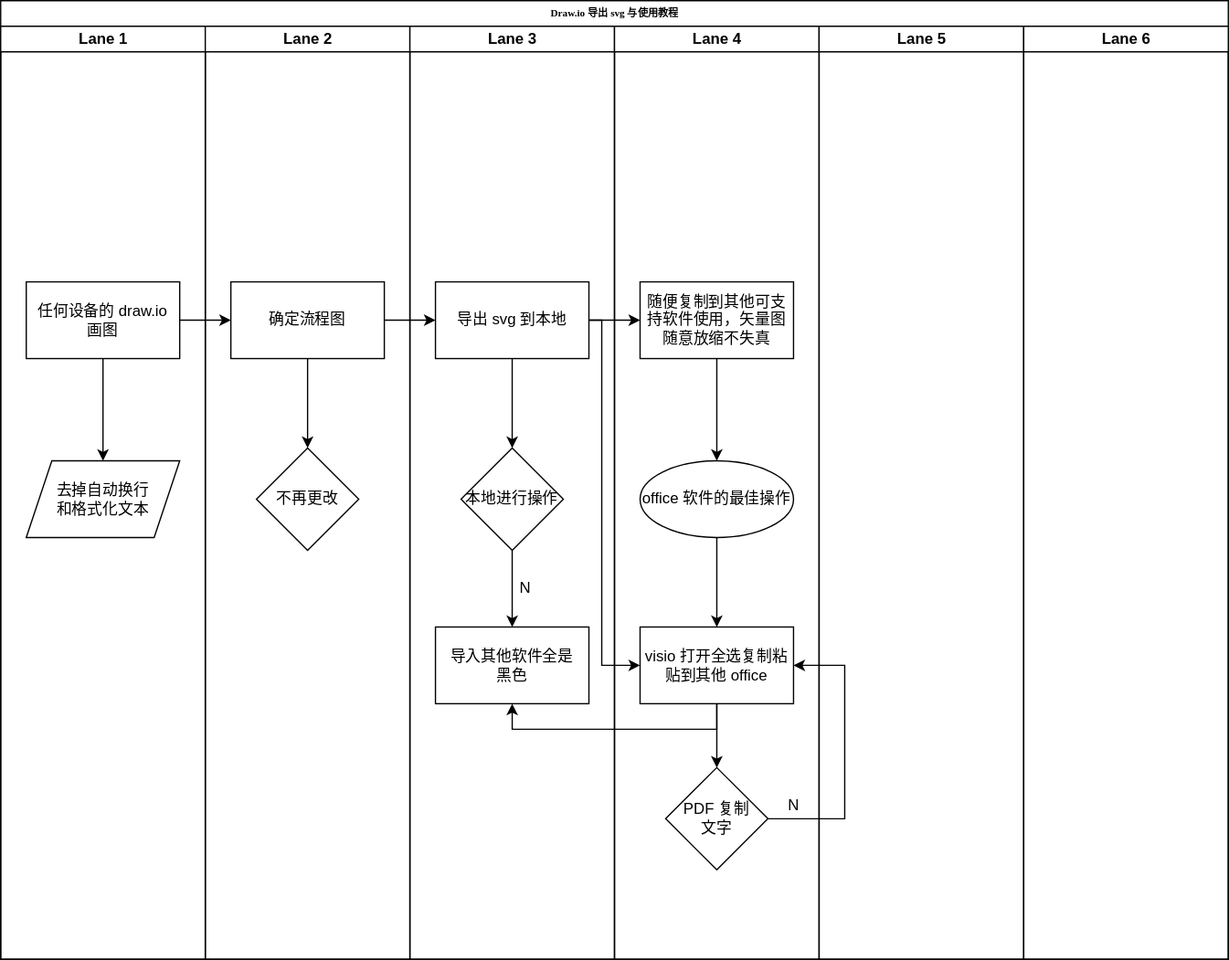
Before: Draw.io/draw.io 的导出教程.svg, a diagram exported from draw.io (InoryLwc/ConfigRepo). Source tidied: cells renumbered, new cells last; positions are measured from the earlier drawing's top-left corner, leaving out a move shared by most shapes. The source it was exported from:
```xml
<mxGraphModel>
  <root>
    <mxCell id="0" />
    <mxCell id="1" parent="0" />
    <mxCell id="2" value="Draw.io 导出 svg 与使用教程" style="swimlane;html=1;startSize=20;rounded=0;shadow=0;labelBackgroundColor=none;strokeWidth=1;fontFamily=Verdana;fontSize=8;align=center;" parent="1" vertex="1">
      <mxGeometry width="960" height="750" as="geometry" />
    </mxCell>
    <mxCell id="3" value="Lane 1" style="swimlane;html=1;startSize=20;" parent="2" vertex="1">
      <mxGeometry y="20" width="160" height="730" as="geometry" />
    </mxCell>
    <mxCell id="4" style="edgeStyle=orthogonalEdgeStyle;rounded=0;jettySize=auto;html=1;" parent="3" edge="1" source="5" target="6">
      <mxGeometry relative="1" as="geometry" />
    </mxCell>
    <mxCell id="5" value="任何设备的 draw.io &lt;br&gt;画图" style="rounded=0;whiteSpace=wrap;html=1;" parent="3" vertex="1">
      <mxGeometry x="20" y="200" width="120" height="60" as="geometry" />
    </mxCell>
    <mxCell id="6" value="去掉自动换行&lt;br&gt;和格式化文本" style="shape=parallelogram;perimeter=parallelogramPerimeter;whiteSpace=wrap;html=1;fixedSize=1;rounded=0;" parent="3" vertex="1">
      <mxGeometry x="20" y="340" width="120" height="60" as="geometry" />
    </mxCell>
    <mxCell id="7" value="Lane 2" style="swimlane;html=1;startSize=20;" parent="2" vertex="1">
      <mxGeometry x="160" y="20" width="160" height="730" as="geometry" />
    </mxCell>
    <mxCell id="8" value="确定流程图" style="rounded=0;whiteSpace=wrap;html=1;" parent="7" vertex="1">
      <mxGeometry x="20" y="200" width="120" height="60" as="geometry" />
    </mxCell>
    <mxCell id="9" value="Lane 3" style="swimlane;html=1;startSize=20;" parent="2" vertex="1">
      <mxGeometry x="320" y="20" width="160" height="730" as="geometry" />
    </mxCell>
    <mxCell id="10" value="导出 svg 到本地" style="whiteSpace=wrap;html=1;rounded=0;" parent="9" vertex="1">
      <mxGeometry x="20" y="200" width="120" height="60" as="geometry" />
    </mxCell>
    <mxCell id="11" value="本地进行操作" style="rhombus;whiteSpace=wrap;html=1;" parent="9" vertex="1">
      <mxGeometry x="40" y="330" width="80" height="80" as="geometry" />
    </mxCell>
    <mxCell id="12" value="N" style="text;html=1;align=center;verticalAlign=middle;strokeColor=none;fillColor=none;" parent="9" vertex="1">
      <mxGeometry x="80" y="430" width="20" height="20" as="geometry" />
    </mxCell>
    <mxCell id="13" value="导入其他软件全是&lt;br&gt;黑色" style="rounded=0;whiteSpace=wrap;html=1;" parent="9" vertex="1">
      <mxGeometry x="20" y="470" width="120" height="60" as="geometry" />
    </mxCell>
    <mxCell id="14" value="Lane 4" style="swimlane;html=1;startSize=20;" parent="2" vertex="1">
      <mxGeometry x="480" y="20" width="160" height="730" as="geometry" />
    </mxCell>
    <mxCell id="15" value="随便复制到其他可支持软件使用，矢量图随意放缩不失真" style="whiteSpace=wrap;html=1;rounded=0;" parent="14" vertex="1">
      <mxGeometry x="20" y="200" width="120" height="60" as="geometry" />
    </mxCell>
    <mxCell id="16" value="visio 打开全选复制粘贴到其他 office" style="whiteSpace=wrap;html=1;rounded=0;" parent="14" vertex="1">
      <mxGeometry x="20" y="470" width="120" height="60" as="geometry" />
    </mxCell>
    <mxCell id="17" style="edgeStyle=orthogonalEdgeStyle;rounded=0;jettySize=auto;html=1;exitX=1;exitY=0.5;exitDx=0;exitDy=0;entryX=1;entryY=0.5;entryDx=0;entryDy=0;" parent="14" edge="1" source="18" target="16">
      <mxGeometry relative="1" as="geometry">
        <Array as="points">
          <mxPoint x="180" y="620" />
          <mxPoint x="180" y="500" />
        </Array>
      </mxGeometry>
    </mxCell>
    <mxCell id="18" value="PDF 复制&lt;br&gt;文字" style="rhombus;whiteSpace=wrap;html=1;" parent="14" vertex="1">
      <mxGeometry x="40" y="580" width="80" height="80" as="geometry" />
    </mxCell>
    <mxCell id="19" value="N" style="text;html=1;align=center;verticalAlign=middle;strokeColor=none;fillColor=none;" parent="14" vertex="1">
      <mxGeometry x="130" y="600" width="20" height="20" as="geometry" />
    </mxCell>
    <mxCell id="20" value="Lane 5" style="swimlane;html=1;startSize=20;" parent="2" vertex="1">
      <mxGeometry x="640" y="20" width="160" height="730" as="geometry" />
    </mxCell>
    <mxCell id="21" value="Lane 6" style="swimlane;html=1;startSize=20;" parent="2" vertex="1">
      <mxGeometry x="800" y="20" width="160" height="730" as="geometry" />
    </mxCell>
    <mxCell id="22" style="edgeStyle=orthogonalEdgeStyle;rounded=0;jettySize=auto;html=1;" parent="2" edge="1" source="5" target="8">
      <mxGeometry relative="1" as="geometry" />
    </mxCell>
    <mxCell id="23" style="edgeStyle=orthogonalEdgeStyle;rounded=0;jettySize=auto;html=1;" parent="2" edge="1" source="8" target="10">
      <mxGeometry relative="1" as="geometry" />
    </mxCell>
    <mxCell id="24" style="edgeStyle=orthogonalEdgeStyle;rounded=0;jettySize=auto;html=1;" parent="2" edge="1" source="10" target="15">
      <mxGeometry relative="1" as="geometry" />
    </mxCell>
    <mxCell id="25" style="edgeStyle=orthogonalEdgeStyle;rounded=0;jettySize=auto;html=1;exitX=1;exitY=0.5;exitDx=0;exitDy=0;entryX=0;entryY=0.5;entryDx=0;entryDy=0;" parent="2" edge="1" source="10" target="16">
      <mxGeometry relative="1" as="geometry">
        <Array as="points">
          <mxPoint x="470" y="250" />
          <mxPoint x="470" y="520" />
        </Array>
      </mxGeometry>
    </mxCell>
    <mxCell id="26" style="edgeStyle=orthogonalEdgeStyle;rounded=0;jettySize=auto;html=1;exitX=0.5;exitY=1;exitDx=0;exitDy=0;entryX=0.5;entryY=1;entryDx=0;entryDy=0;" parent="2" edge="1" source="16" target="13">
      <mxGeometry relative="1" as="geometry" />
    </mxCell>
    <mxCell id="27" value="不再更改" style="rhombus;whiteSpace=wrap;html=1;rounded=0;" parent="1" vertex="1">
      <mxGeometry x="200" y="350" width="80" height="80" as="geometry" />
    </mxCell>
    <mxCell id="28" style="edgeStyle=orthogonalEdgeStyle;rounded=0;jettySize=auto;html=1;" parent="1" edge="1" source="8" target="27">
      <mxGeometry relative="1" as="geometry" />
    </mxCell>
    <mxCell id="29" style="edgeStyle=orthogonalEdgeStyle;rounded=0;jettySize=auto;html=1;exitX=0.5;exitY=1;exitDx=0;exitDy=0;" parent="1" edge="1" source="11">
      <mxGeometry relative="1" as="geometry">
        <mxPoint x="400" y="490" as="targetPoint" />
      </mxGeometry>
    </mxCell>
    <mxCell id="30" style="edgeStyle=orthogonalEdgeStyle;rounded=0;jettySize=auto;html=1;" parent="1" edge="1" source="10">
      <mxGeometry relative="1" as="geometry">
        <mxPoint x="400" y="350" as="targetPoint" />
      </mxGeometry>
    </mxCell>
    <mxCell id="31" style="edgeStyle=orthogonalEdgeStyle;rounded=0;jettySize=auto;html=1;" parent="1" edge="1" source="32" target="16">
      <mxGeometry relative="1" as="geometry" />
    </mxCell>
    <mxCell id="32" value="office 软件的最佳操作" style="ellipse;whiteSpace=wrap;html=1;rounded=0;" parent="1" vertex="1">
      <mxGeometry x="500" y="360" width="120" height="60" as="geometry" />
    </mxCell>
    <mxCell id="33" style="edgeStyle=orthogonalEdgeStyle;rounded=0;jettySize=auto;html=1;" parent="1" edge="1" source="15" target="32">
      <mxGeometry relative="1" as="geometry" />
    </mxCell>
    <mxCell id="34" style="edgeStyle=orthogonalEdgeStyle;rounded=0;jettySize=auto;html=1;" parent="1" edge="1" source="16">
      <mxGeometry relative="1" as="geometry">
        <mxPoint x="560" y="600" as="targetPoint" />
      </mxGeometry>
    </mxCell>
  </root>
</mxGraphModel>
```
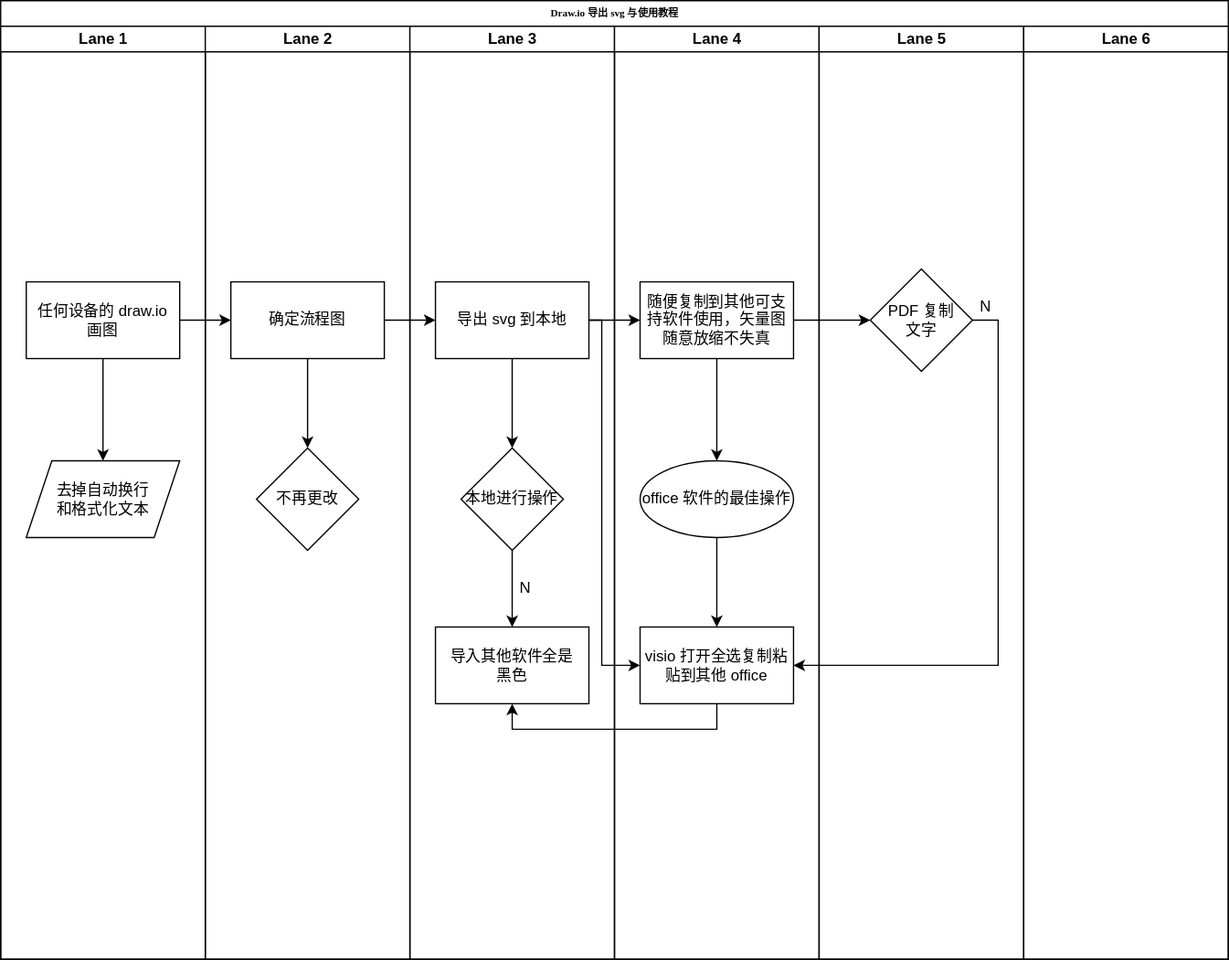
Above is the later version.

Commit message:
更新draw.io 的导出教程.svg

What changed in the source:
```diff
@@ -47,23 +47,15 @@
     <mxCell id="16" value="visio 打开全选复制粘贴到其他 office" style="whiteSpace=wrap;html=1;rounded=0;" parent="14" vertex="1">
       <mxGeometry x="20" y="470" width="120" height="60" as="geometry" />
     </mxCell>
-    <mxCell id="17" style="edgeStyle=orthogonalEdgeStyle;rounded=0;jettySize=auto;html=1;exitX=1;exitY=0.5;exitDx=0;exitDy=0;entryX=1;entryY=0.5;entryDx=0;entryDy=0;" parent="14" edge="1" source="18" target="16">
-      <mxGeometry relative="1" as="geometry">
-        <Array as="points">
-          <mxPoint x="180" y="620" />
-          <mxPoint x="180" y="500" />
-        </Array>
-      </mxGeometry>
-    </mxCell>
+    <mxCell id="20" value="Lane 5" style="swimlane;html=1;startSize=20;" parent="2" vertex="1">
+      <mxGeometry x="640" y="20" width="160" height="730" as="geometry" />
+    </mxCell>
-    <mxCell id="18" value="PDF 复制&lt;br&gt;文字" style="rhombus;whiteSpace=wrap;html=1;" parent="14" vertex="1">
-      <mxGeometry x="40" y="580" width="80" height="80" as="geometry" />
+    <mxCell id="18" value="PDF 复制&lt;br&gt;文字" style="rhombus;whiteSpace=wrap;html=1;" parent="20" vertex="1">
+      <mxGeometry x="40" y="190" width="80" height="80" as="geometry" />
     </mxCell>
-    <mxCell id="19" value="N" style="text;html=1;align=center;verticalAlign=middle;strokeColor=none;fillColor=none;" parent="14" vertex="1">
-      <mxGeometry x="130" y="600" width="20" height="20" as="geometry" />
+    <mxCell id="19" value="N" style="text;html=1;align=center;verticalAlign=middle;strokeColor=none;fillColor=none;" parent="20" vertex="1">
+      <mxGeometry x="120" y="210" width="20" height="20" as="geometry" />
     </mxCell>
-    <mxCell id="20" value="Lane 5" style="swimlane;html=1;startSize=20;" parent="2" vertex="1">
-      <mxGeometry x="640" y="20" width="160" height="730" as="geometry" />
-    </mxCell>
     <mxCell id="21" value="Lane 6" style="swimlane;html=1;startSize=20;" parent="2" vertex="1">
       <mxGeometry x="800" y="20" width="160" height="730" as="geometry" />
     </mxCell>
@@ -87,6 +79,17 @@
     <mxCell id="26" style="edgeStyle=orthogonalEdgeStyle;rounded=0;jettySize=auto;html=1;exitX=0.5;exitY=1;exitDx=0;exitDy=0;entryX=0.5;entryY=1;entryDx=0;entryDy=0;" parent="2" edge="1" source="16" target="13">
       <mxGeometry relative="1" as="geometry" />
     </mxCell>
+    <mxCell id="17" style="edgeStyle=orthogonalEdgeStyle;rounded=0;jettySize=auto;html=1;exitX=1;exitY=0.5;exitDx=0;exitDy=0;entryX=1;entryY=0.5;entryDx=0;entryDy=0;" parent="2" edge="1" source="18" target="16">
+      <mxGeometry relative="1" as="geometry">
+        <Array as="points">
+          <mxPoint x="780" y="250" />
+          <mxPoint x="780" y="520" />
+        </Array>
+      </mxGeometry>
+    </mxCell>
+    <mxCell id="35" style="edgeStyle=orthogonalEdgeStyle;rounded=0;jettySize=auto;html=1;exitX=1;exitY=0.5;exitDx=0;exitDy=0;entryX=0;entryY=0.5;entryDx=0;entryDy=0;" parent="2" edge="1" source="15" target="18">
+      <mxGeometry relative="1" as="geometry" />
+    </mxCell>
     <mxCell id="27" value="不再更改" style="rhombus;whiteSpace=wrap;html=1;rounded=0;" parent="1" vertex="1">
       <mxGeometry x="200" y="350" width="80" height="80" as="geometry" />
     </mxCell>
@@ -112,10 +115,5 @@
     <mxCell id="33" style="edgeStyle=orthogonalEdgeStyle;rounded=0;jettySize=auto;html=1;" parent="1" edge="1" source="15" target="32">
       <mxGeometry relative="1" as="geometry" />
     </mxCell>
-    <mxCell id="34" style="edgeStyle=orthogonalEdgeStyle;rounded=0;jettySize=auto;html=1;" parent="1" edge="1" source="16">
-      <mxGeometry relative="1" as="geometry">
-        <mxPoint x="560" y="600" as="targetPoint" />
-      </mxGeometry>
-    </mxCell>
   </root>
 </mxGraphModel>
```
